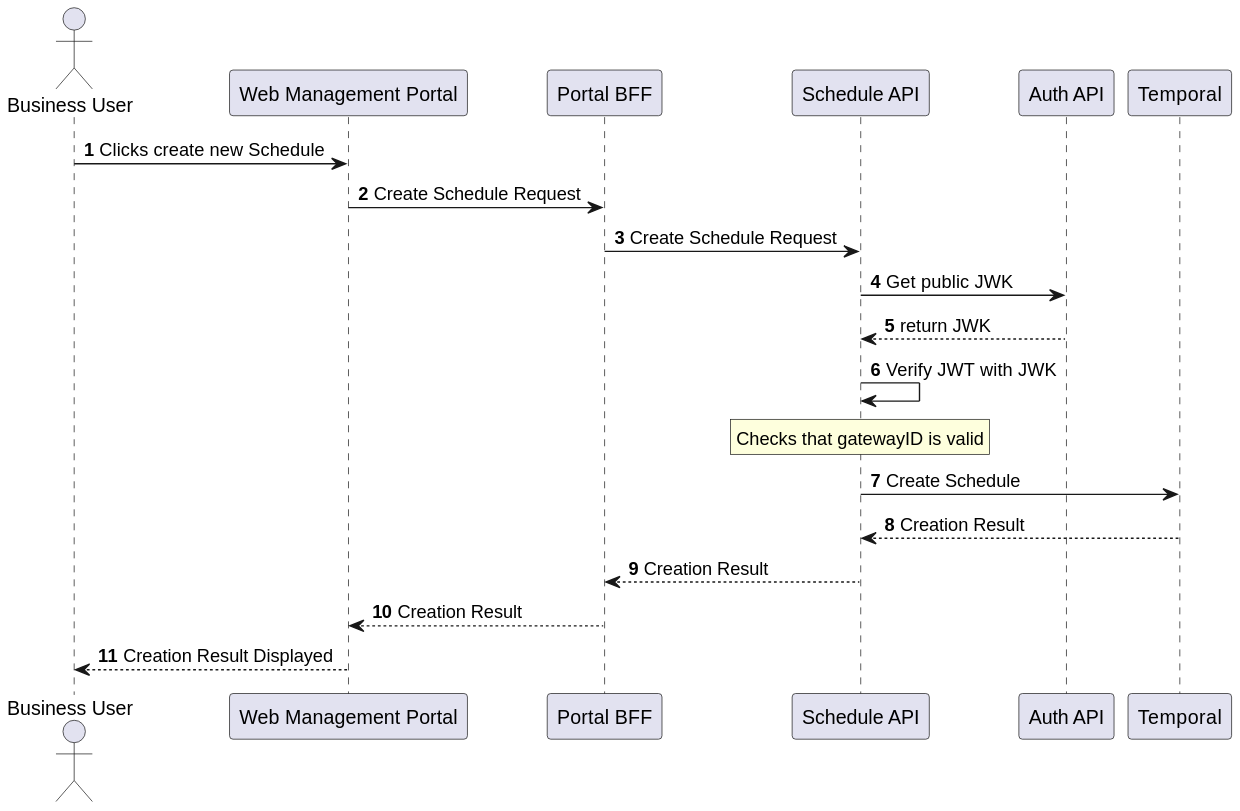
CameronWard301/communication_scheduler keeps this PlantUML diagram as Designs/Images/Sequence Diagrams/CreateNewSchedule.svg. Above is the earlier version. Source of this version:
```plantuml
@startuml
actor "Business User" as bu
participant "Web Management Portal" as wmp
participant "Portal BFF" as pbff
participant "Schedule API" as cAPI
participant "Auth API" as aAPI
participant "Temporal" as temporal

autonumber

bu -> wmp: Clicks create new Schedule
wmp -> pbff: Create Schedule Request
pbff -> cAPI: Create Schedule Request
cAPI -> aAPI: Get public JWK
aAPI --> cAPI: return JWK
cAPI -> cAPI: Verify JWT with JWK
rnote over cAPI
    Checks that gatewayID is valid
endrnote
cAPI -> temporal: Create Schedule
temporal --> cAPI: Creation Result
cAPI --> pbff: Creation Result
pbff --> wmp: Creation Result
wmp --> bu: Creation Result Displayed
@enduml
```
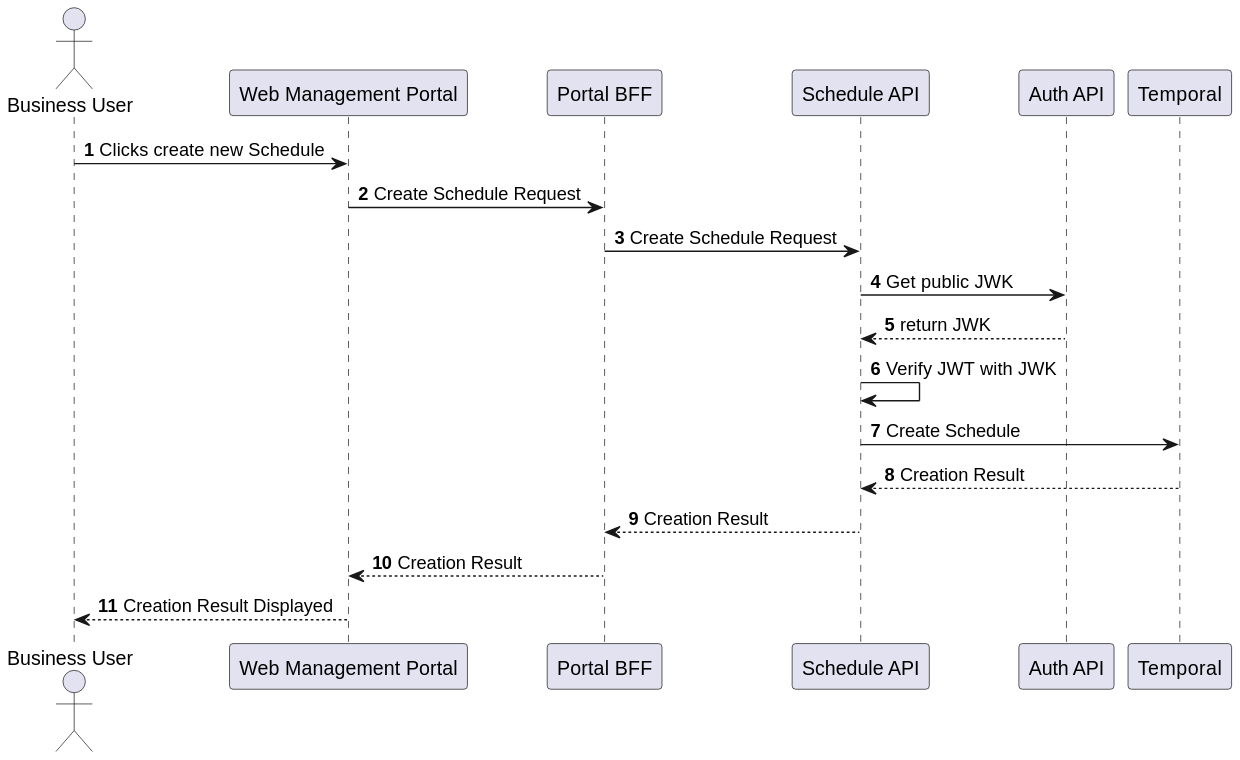
Above is the later version.

Change to the diagram source:
```diff
@@ -14,9 +14,6 @@
 cAPI -> aAPI: Get public JWK
 aAPI --> cAPI: return JWK
 cAPI -> cAPI: Verify JWT with JWK
-rnote over cAPI
-    Checks that gatewayID is valid
-endrnote
 cAPI -> temporal: Create Schedule
 temporal --> cAPI: Creation Result
 cAPI --> pbff: Creation Result
```
